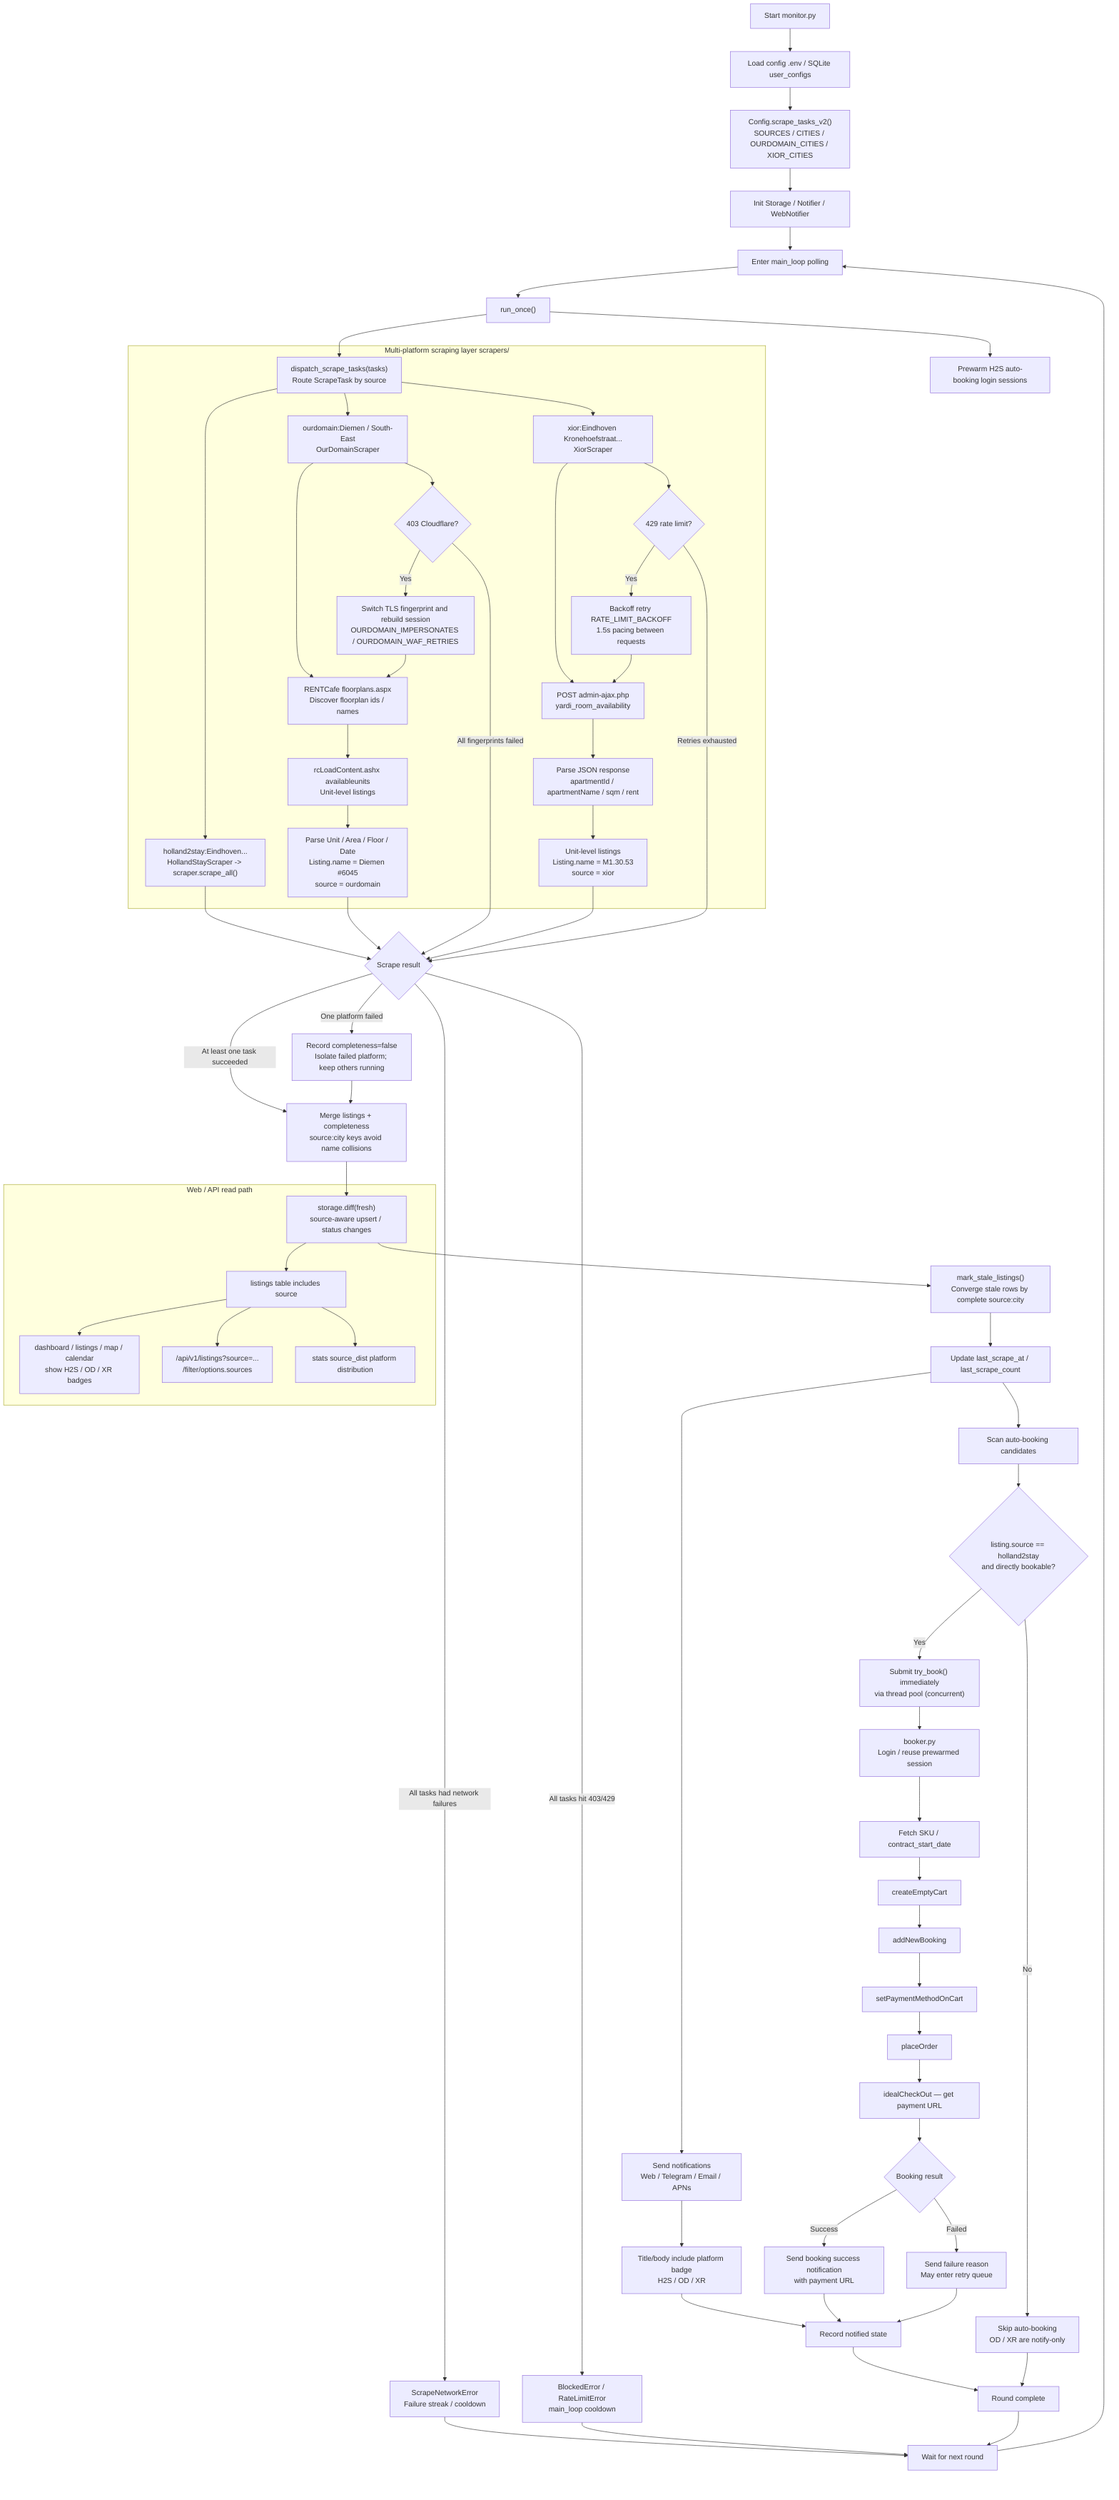
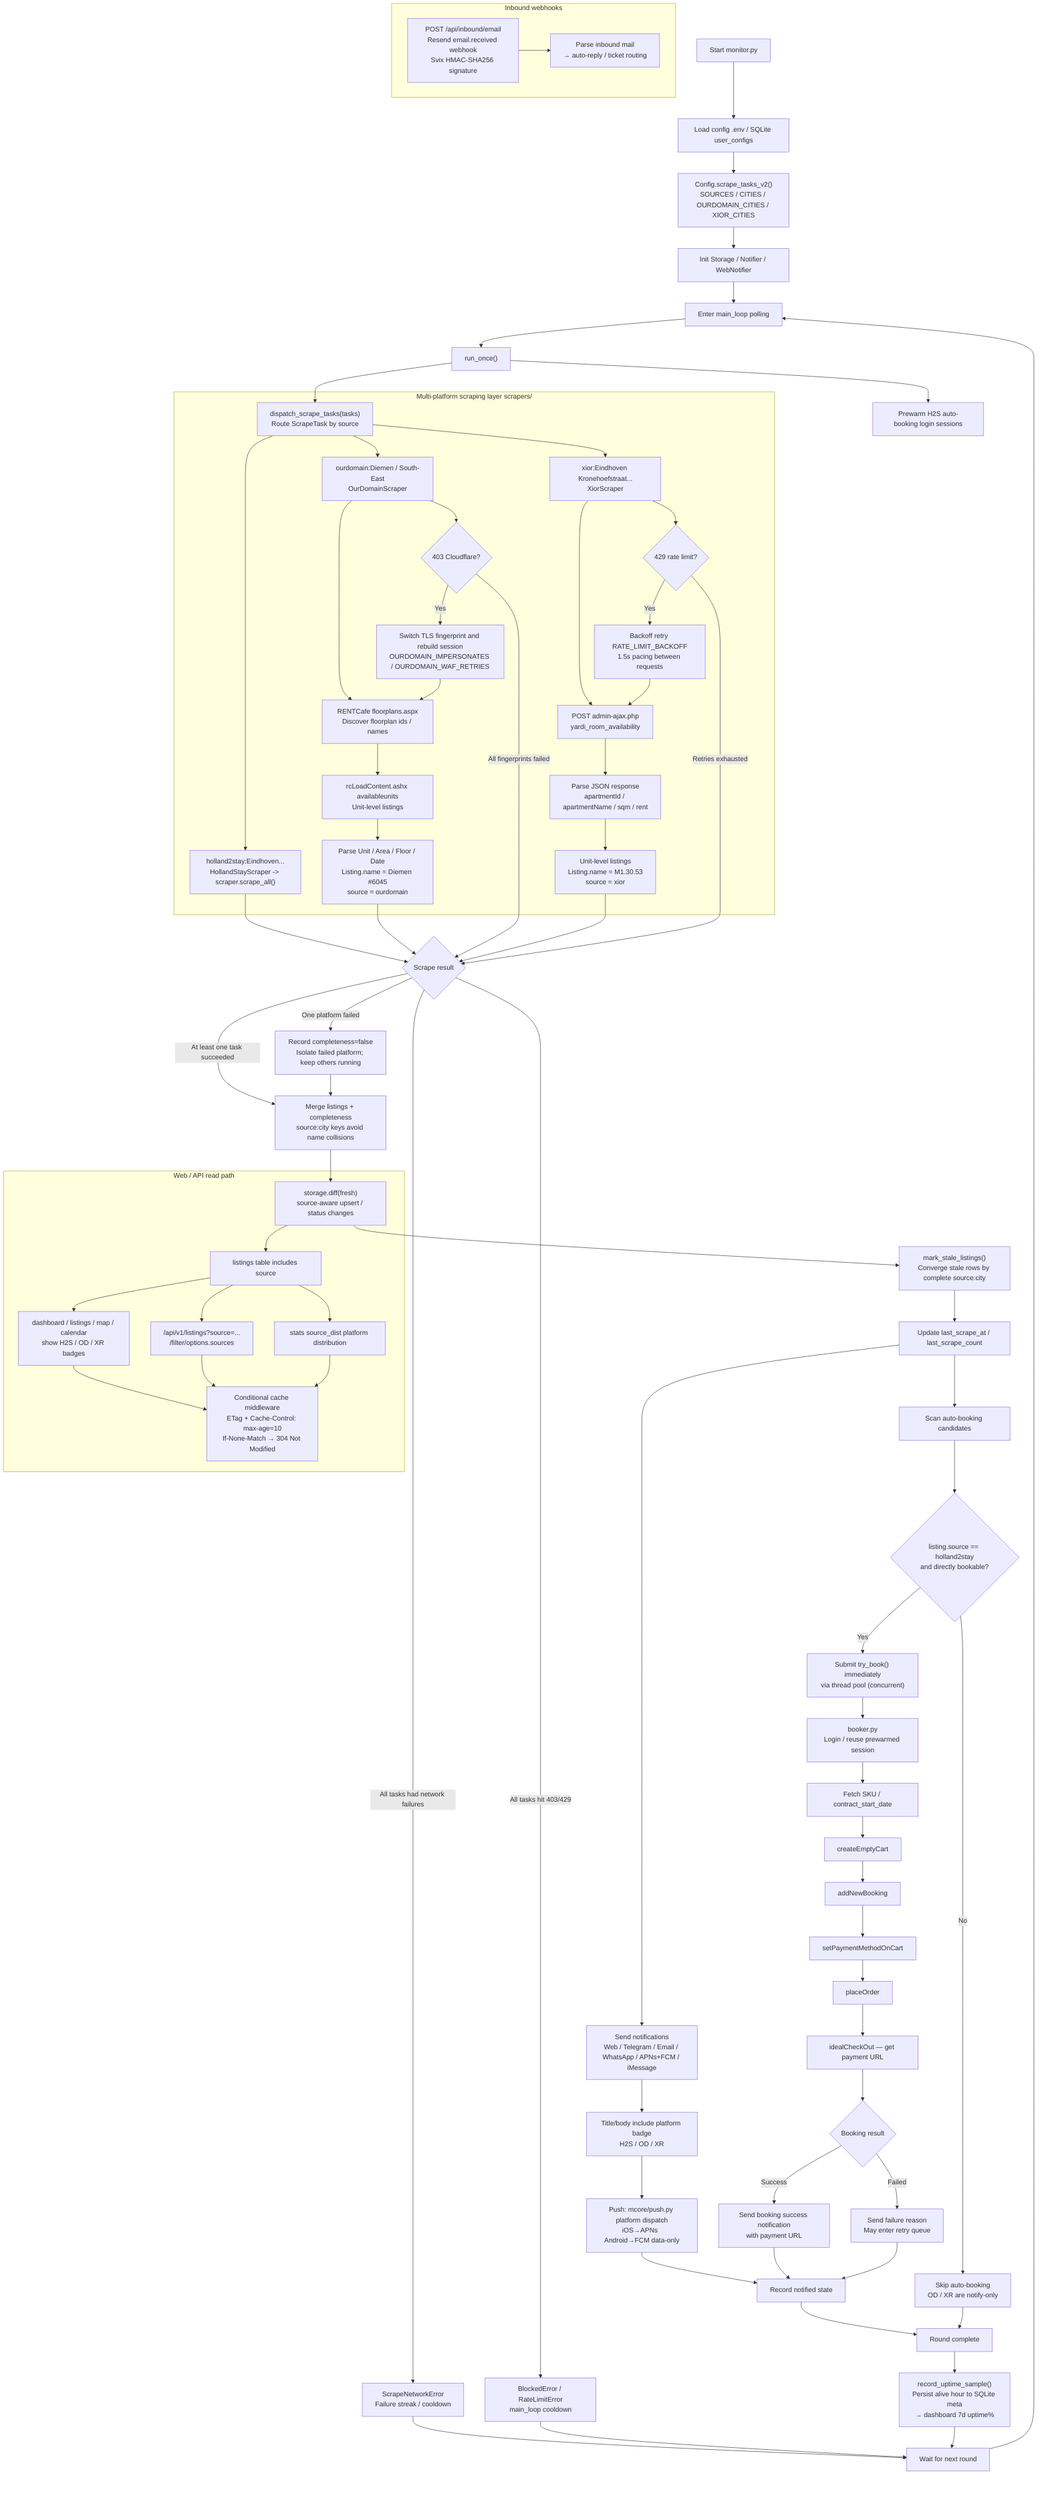
flowchart TD
    A["Start monitor.py"] --> B["Load config .env / SQLite user_configs"]
    B --> B1["Config.scrape_tasks_v2()\nSOURCES / CITIES / OURDOMAIN_CITIES / XIOR_CITIES"]
    B1 --> C["Init Storage / Notifier / WebNotifier"]
    C --> D["Enter main_loop polling"]

    D --> E["run_once()"]
    E --> F["Prewarm H2S auto-booking login sessions"]
    E --> G["dispatch_scrape_tasks(tasks)\nRoute ScrapeTask by source"]

    subgraph S["Multi-platform scraping layer scrapers/"]
        G --> H1["holland2stay:Eindhoven...\nHollandStayScraper -> scraper.scrape_all()"]
        G --> H2["ourdomain:Diemen / South-East\nOurDomainScraper"]
        H2 --> H21["RENTCafe floorplans.aspx\nDiscover floorplan ids / names"]
        H21 --> H22["rcLoadContent.ashx availableunits\nUnit-level listings"]
        H22 --> H23["Parse Unit / Area / Floor / Date\nListing.name = Diemen #6045\nsource = ourdomain"]
        H2 --> H24{"403 Cloudflare?"}
        H24 -->|Yes| H25["Switch TLS fingerprint and rebuild session\nOURDOMAIN_IMPERSONATES / OURDOMAIN_WAF_RETRIES"]
        H25 --> H21

        G --> H3["xior:Eindhoven Kronehoefstraat...\nXiorScraper"]
        H3 --> H31["POST admin-ajax.php\nyardi_room_availability"]
        H31 --> H32["Parse JSON response\napartmentId / apartmentName / sqm / rent"]
        H32 --> H33["Unit-level listings\nListing.name = M1.30.53\nsource = xior"]
        H3 --> H34{"429 rate limit?"}
        H34 -->|Yes| H35["Backoff retry RATE_LIMIT_BACKOFF\n1.5s pacing between requests"]
        H35 --> H31
    end

    H1 --> I{"Scrape result"}
    H23 --> I
    H24 -->|All fingerprints failed| I
    H33 --> I
    H34 -->|Retries exhausted| I

    I -->|At least one task succeeded| J["Merge listings + completeness\nsource:city keys avoid name collisions"]
    I -->|All tasks had network failures| K["ScrapeNetworkError\nFailure streak / cooldown"]
    I -->|All tasks hit 403/429| L["BlockedError / RateLimitError\nmain_loop cooldown"]
    I -->|One platform failed| M["Record completeness=false\nIsolate failed platform; keep others running"]

    M --> J
    J --> N["storage.diff(fresh)\nsource-aware upsert / status changes"]
    N --> O["mark_stale_listings()\nConverge stale rows by complete source:city"]
    O --> P["Update last_scrape_at / last_scrape_count"]

-     P --> Q["Send notifications\nWeb / Telegram / Email / APNs"]
+     P --> Q["Send notifications\nWeb / Telegram / Email / WhatsApp / APNs+FCM / iMessage"]
    Q --> Q1["Title/body include platform badge\nH2S / OD / XR"]
-     Q1 --> R["Record notified state"]
+     Q1 --> Q2["Push: mcore/push.py platform dispatch\niOS→APNs  Android→FCM data-only"]
+     Q2 --> R["Record notified state"]

    P --> T["Scan auto-booking candidates"]
    T --> U{"listing.source == holland2stay\nand directly bookable?"}
    U -->|Yes| V["Submit try_book() immediately\nvia thread pool (concurrent)"]
    U -->|No| W["Skip auto-booking\nOD / XR are notify-only"]

    V --> X["booker.py\nLogin / reuse prewarmed session"]
    X --> Y["Fetch SKU / contract_start_date"]
    Y --> Z["createEmptyCart"]
    Z --> AA["addNewBooking"]
    AA --> AB["setPaymentMethodOnCart"]
    AB --> AC["placeOrder"]
    AC --> AD["idealCheckOut — get payment URL"]

    AD --> AE{"Booking result"}
    AE -->|Success| AF["Send booking success notification\nwith payment URL"]
    AE -->|Failed| AG["Send failure reason\nMay enter retry queue"]
    AF --> R
    AG --> R

    R --> AH["Round complete"]
    W --> AH
    K --> AI["Wait for next round"]
    L --> AI
-     AH --> AI
+     AH --> AH1["record_uptime_sample()\nPersist alive hour to SQLite meta\n→ dashboard 7d uptime%"]
+     AH1 --> AI
    AI --> D

    subgraph WEB["Web / API read path"]
        N --> WEB1["listings table includes source"]
        WEB1 --> WEB2["dashboard / listings / map / calendar\nshow H2S / OD / XR badges"]
        WEB1 --> WEB3["/api/v1/listings?source=...\n/filter/options.sources"]
        WEB1 --> WEB4["stats source_dist platform distribution"]
+         WEB2 --> WEB5["Conditional cache middleware\nETag + Cache-Control: max-age=10\nIf-None-Match → 304 Not Modified"]
+         WEB3 --> WEB5
+         WEB4 --> WEB5
    end
+ 
+     subgraph INBOUND["Inbound webhooks"]
+         IW1["POST /api/inbound/email\nResend email.received webhook\nSvix HMAC-SHA256 signature"] --> IW2["Parse inbound mail\n→ auto-reply / ticket routing"]
+     end
